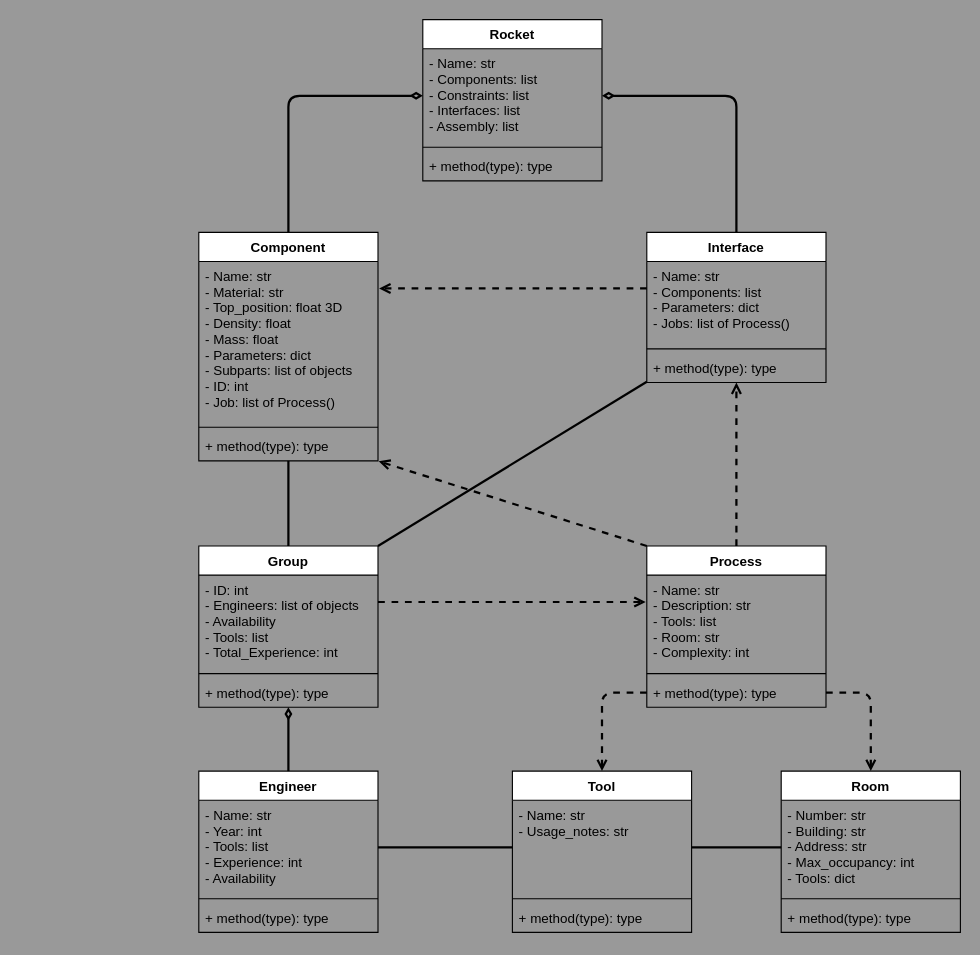
icl-rocketry/RocketPy keeps this draw.io diagram as docs/RPy_classes.drawio. Above is the earlier version. Source tidied: cells renumbered, new cells numbered last; positions are measured from the earlier drawing's top-left corner, leaving out a move shared by most shapes. Both pictures are drawn from the tidied source at 112%, with x=0, y=0 at pixel (198, 19).
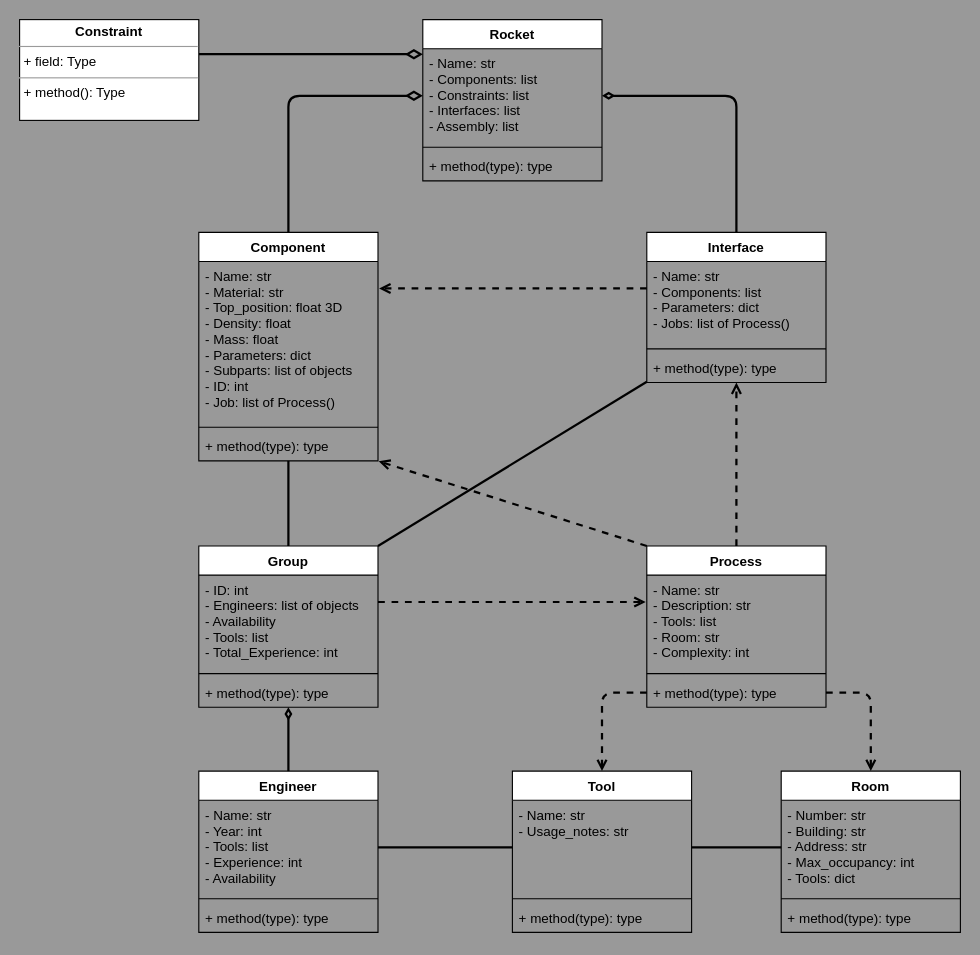
Above is the later version.

Unchanged cells that the change refers to:
```xml
<mxCell id="2" value="Rocket" style="swimlane;fontStyle=1;align=center;verticalAlign=top;horizontal=1;startSize=26;" parent="1" vertex="1">
  <mxGeometry x="200" width="160" height="144" as="geometry" />
</mxCell>
<mxCell id="7" value="Component" style="swimlane;fontStyle=1;align=center;verticalAlign=top;horizontal=1;startSize=26;" parent="1" vertex="1">
  <mxGeometry y="190" width="160" height="204" as="geometry" />
</mxCell>
```

Change to the diagram source:
```diff
@@
-    <mxCell id="3" value="- Name: str&#10;- Components: list&#10;- Constraints: list&#10;- Interfaces: list&#10;- Assembly: list" style="text;strokeColor=none;fillColor=none;align=left;verticalAlign=top;spacingLeft=4;spacingRight=4;overflow=hidden;points=[[0,0.5],[1,0.5]];portConstraint=eastwest;" parent="2" vertex="1">
+    <mxCell id="3" value="- Name: str&#10;- Components: list&#10;- Constraints: list&#10;- Interfaces: list&#10;- Assembly: list" style="text;align=left;verticalAlign=top;spacingLeft=4;spacingRight=4;overflow=hidden;points=[[0,0.5],[1,0.5]];portConstraint=eastwest;" parent="2" vertex="1">
       <mxGeometry y="26" width="160" height="84" as="geometry" />
     </mxCell>
@@
-    <mxCell id="5" value="+ method(type): type" style="text;strokeColor=none;fillColor=none;align=left;verticalAlign=top;spacingLeft=4;spacingRight=4;overflow=hidden;" parent="2" vertex="1">
+    <mxCell id="5" value="+ method(type): type" style="text;align=left;verticalAlign=top;spacingLeft=4;spacingRight=4;overflow=hidden;" parent="2" vertex="1">
       <mxGeometry y="118" width="160" height="26" as="geometry" />
     </mxCell>
-    <mxCell id="6" style="edgeStyle=orthogonalEdgeStyle;rounded=1;jettySize=auto;html=1;entryX=0;entryY=0.5;entryDx=0;entryDy=0;endArrow=diamondThin;endFill=0;strokeWidth=2;" parent="1" edge="1" source="7" target="3">
+    <mxCell id="6" style="edgeStyle=orthogonalEdgeStyle;rounded=1;jettySize=auto;html=1;entryX=0;entryY=0.5;entryDx=0;entryDy=0;endArrow=diamondThin;endFill=0;strokeWidth=2;endSize=10;" parent="1" edge="1" source="7" target="3">
       <mxGeometry relative="1" as="geometry" />
     </mxCell>
@@
+    <mxCell id="47" style="edgeStyle=orthogonalEdgeStyle;rounded=0;jettySize=auto;html=1;entryX=0;entryY=0.058;entryDx=0;entryDy=0;entryPerimeter=0;endArrow=diamondThin;endFill=0;endSize=10;strokeWidth=2;" parent="1" edge="1" source="48" target="3">
+      <mxGeometry relative="1" as="geometry">
+        <Array as="points">
+          <mxPoint x="200" y="31" />
+        </Array>
+      </mxGeometry>
+    </mxCell>
+    <mxCell id="48" value="&lt;p style=&quot;margin: 0px ; margin-top: 4px ; text-align: center&quot;&gt;&lt;b&gt;Constraint&lt;/b&gt;&lt;/p&gt;&lt;hr size=&quot;1&quot;&gt;&lt;p style=&quot;margin: 0px ; margin-left: 4px&quot;&gt;+ field: Type&lt;/p&gt;&lt;hr size=&quot;1&quot;&gt;&lt;p style=&quot;margin: 0px ; margin-left: 4px&quot;&gt;+ method(): Type&lt;/p&gt;" style="verticalAlign=top;align=left;overflow=fill;fontSize=12;fontFamily=Helvetica;html=1;" parent="1" vertex="1">
+      <mxGeometry x="-160" width="160" height="90" as="geometry" />
+    </mxCell>
```
